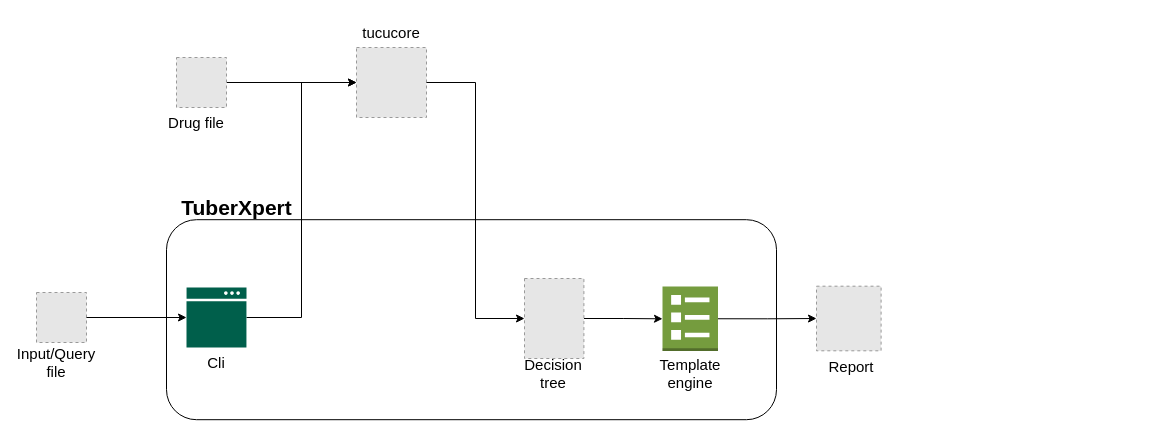
Earlier version of the draw.io diagram publi/conception/Global application flow.drawio (MelvynHerzig/2022-herzig). Source tidied: cells renumbered, new cells numbered last; positions are measured from the earlier drawing's top-left corner, leaving out a move shared by most shapes. Both pictures are drawn from the tidied source at 100%, with x=0, y=0 at pixel (26, 17). Pictures stored in the file or linked from it are replaced by grey dashed boxes.
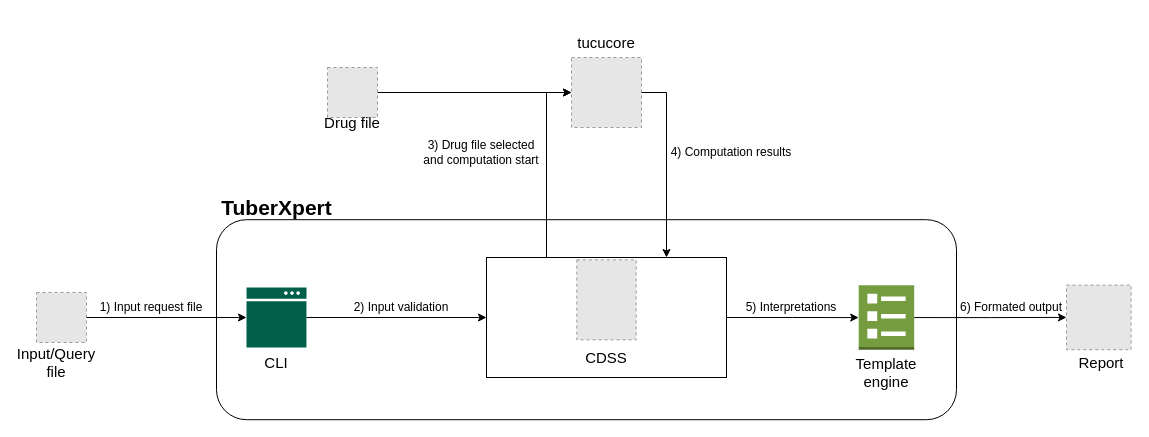
The same page after the edit.

What changed in the source:
```diff
@@
     <mxCell id="3" style="fillColor=#E6E6E6;strokeColor=#999999;dashed=1;html=1;verticalAlign=top;verticalLabelPosition=bottom;labelBackgroundColor=#ffffff;" parent="1" vertex="1">
-      <mxGeometry x="330" y="30" width="70" height="70" as="geometry" />
+      <mxGeometry x="545" y="40" width="70" height="70" as="geometry" />
     </mxCell>
     <mxCell id="4" style="rounded=1;whiteSpace=wrap;html=1;" parent="1" vertex="1">
-      <mxGeometry x="140" y="202.2" width="610" height="200" as="geometry" />
+      <mxGeometry x="190" y="202.2" width="740" height="200" as="geometry" />
     </mxCell>
-    <mxCell id="5" style="edgeStyle=orthogonalEdgeStyle;rounded=0;jettySize=auto;html=1;entryX=0;entryY=0.5;entryDx=0;entryDy=0;fontSize=15;" parent="1" edge="1" source="6" target="3">
-      <mxGeometry relative="1" as="geometry" />
-    </mxCell>
     <mxCell id="6" style="sketch=0;shadow=0;dashed=0;html=1;strokeColor=none;fillColor=#005F4B;labelPosition=center;verticalLabelPosition=bottom;verticalAlign=top;align=center;outlineConnect=0;shape=mxgraph.veeam2.interface_console;" parent="1" vertex="1">
-      <mxGeometry x="160" y="270" width="60" height="60" as="geometry" />
+      <mxGeometry x="220" y="270" width="60" height="60" as="geometry" />
     </mxCell>
-    <mxCell id="7" style="edgeStyle=orthogonalEdgeStyle;rounded=0;jettySize=auto;html=1;exitX=1;exitY=0.5;exitDx=0;exitDy=0;exitPerimeter=0;entryX=0;entryY=0.5;entryDx=0;entryDy=0;fontSize=15;" parent="1" edge="1" source="8" target="22">
+    <mxCell id="7" style="edgeStyle=orthogonalEdgeStyle;rounded=0;jettySize=auto;html=1;exitX=1;exitY=0.5;exitDx=0;exitDy=0;exitPerimeter=0;" parent="1" edge="1" source="8" target="22">
       <mxGeometry relative="1" as="geometry" />
     </mxCell>
     <mxCell id="8" style="outlineConnect=0;dashed=0;verticalLabelPosition=bottom;verticalAlign=top;align=center;html=1;shape=mxgraph.aws3.template;fillColor=#759C3E;gradientColor=none;" parent="1" vertex="1">
-      <mxGeometry x="636" y="269" width="55.5" height="64.5" as="geometry" />
+      <mxGeometry x="832.2" y="267.8" width="55.5" height="64.5" as="geometry" />
     </mxCell>
-    <mxCell id="9" style="edgeStyle=orthogonalEdgeStyle;rounded=0;jettySize=auto;html=1;fontSize=15;" parent="1" edge="1" source="10" target="8">
-      <mxGeometry relative="1" as="geometry" />
-    </mxCell>
-    <mxCell id="10" style="fillColor=#E6E6E6;strokeColor=#999999;dashed=1;verticalLabelPosition=bottom;labelBackgroundColor=default;verticalAlign=top;" parent="1" vertex="1">
-      <mxGeometry x="498" y="261" width="59.4" height="80" as="geometry" />
-    </mxCell>
     <mxCell id="11" value="tucucore" style="text;html=1;strokeColor=none;fillColor=none;align=center;verticalAlign=middle;whiteSpace=wrap;rounded=0;fontSize=15;" parent="1" vertex="1">
-      <mxGeometry x="335" width="60" height="30" as="geometry" />
+      <mxGeometry x="550" y="10" width="60" height="30" as="geometry" />
     </mxCell>
     <mxCell id="12" value="TuberXpert" style="text;strokeColor=none;fillColor=none;html=1;fontSize=21;fontStyle=1;verticalAlign=middle;align=center;" parent="1" vertex="1">
-      <mxGeometry x="160" y="170" width="100" height="40" as="geometry" />
+      <mxGeometry x="200" y="170" width="100" height="40" as="geometry" />
     </mxCell>
-    <mxCell id="13" value="Cli" style="text;html=1;strokeColor=none;fillColor=none;align=center;verticalAlign=middle;whiteSpace=wrap;rounded=0;fontSize=15;" parent="1" vertex="1">
-      <mxGeometry x="160" y="330" width="60" height="30" as="geometry" />
+    <mxCell id="13" value="CLI" style="text;html=1;strokeColor=none;fillColor=none;align=center;verticalAlign=middle;whiteSpace=wrap;rounded=0;fontSize=15;" parent="1" vertex="1">
+      <mxGeometry x="220" y="330" width="60" height="30" as="geometry" />
     </mxCell>
-    <mxCell id="14" value="Decision tree" style="text;html=1;strokeColor=none;fillColor=none;align=center;verticalAlign=middle;whiteSpace=wrap;rounded=0;fontSize=15;" parent="1" vertex="1">
-      <mxGeometry x="497.4" y="341" width="60" height="30" as="geometry" />
-    </mxCell>
     <mxCell id="15" value="Template engine" style="text;html=1;strokeColor=none;fillColor=none;align=center;verticalAlign=middle;whiteSpace=wrap;rounded=0;fontSize=15;" parent="1" vertex="1">
-      <mxGeometry x="633.8" y="341" width="60" height="30" as="geometry" />
+      <mxGeometry x="830" y="339.6" width="60" height="30" as="geometry" />
     </mxCell>
@@
-    <mxCell id="18" style="edgeStyle=orthogonalEdgeStyle;rounded=0;jettySize=auto;html=1;fontSize=15;" parent="1" edge="1" source="19" target="3">
+    <mxCell id="18" style="edgeStyle=orthogonalEdgeStyle;rounded=0;jettySize=auto;html=1;exitX=1;exitY=0.5;exitDx=0;exitDy=0;entryX=0;entryY=0.5;entryDx=0;entryDy=0;" parent="1" edge="1" source="19" target="3">
       <mxGeometry relative="1" as="geometry" />
     </mxCell>
     <mxCell id="19" style="fillColor=#E6E6E6;strokeColor=#999999;dashed=1;html=1;verticalAlign=top;verticalLabelPosition=bottom;labelBackgroundColor=#ffffff;" parent="1" vertex="1">
-      <mxGeometry x="150" y="40" width="50" height="50" as="geometry" />
+      <mxGeometry x="301" y="50" width="50" height="50" as="geometry" />
     </mxCell>
     <mxCell id="20" value="Drug file" style="text;html=1;strokeColor=none;fillColor=none;align=center;verticalAlign=middle;whiteSpace=wrap;rounded=0;fontSize=15;" parent="1" vertex="1">
-      <mxGeometry x="140" y="90" width="60" height="30" as="geometry" />
+      <mxGeometry x="296" y="90" width="60" height="30" as="geometry" />
     </mxCell>
-    <mxCell id="21" style="edgeStyle=orthogonalEdgeStyle;rounded=0;jettySize=auto;html=1;exitX=1;exitY=0.5;exitDx=0;exitDy=0;entryX=0;entryY=0.5;entryDx=0;entryDy=0;fontSize=15;" parent="1" edge="1" source="3" target="10">
-      <mxGeometry relative="1" as="geometry" />
-    </mxCell>
     <mxCell id="22" style="fillColor=#E6E6E6;strokeColor=#999999;dashed=1;html=1;verticalAlign=top;verticalLabelPosition=bottom;labelBackgroundColor=#ffffff;fontSize=15;" parent="1" vertex="1">
-      <mxGeometry x="790" y="268.7" width="64.6" height="64.6" as="geometry" />
+      <mxGeometry x="1040" y="267.6" width="64.6" height="64.6" as="geometry" />
     </mxCell>
     <mxCell id="23" value="Report" style="text;html=1;strokeColor=none;fillColor=none;align=center;verticalAlign=middle;whiteSpace=wrap;rounded=0;fontSize=15;" parent="1" vertex="1">
-      <mxGeometry x="794.6" y="333.5" width="60" height="30" as="geometry" />
+      <mxGeometry x="1044.6" y="330" width="60" height="30" as="geometry" />
     </mxCell>
+    <mxCell id="24" value="1) Input request file" style="text;html=1;strokeColor=none;fillColor=none;align=center;verticalAlign=middle;whiteSpace=wrap;rounded=0;" parent="1" vertex="1">
+      <mxGeometry x="60" y="275" width="130" height="30" as="geometry" />
+    </mxCell>
+    <mxCell id="25" style="edgeStyle=orthogonalEdgeStyle;rounded=0;jettySize=auto;html=1;exitX=0.25;exitY=0;exitDx=0;exitDy=0;entryX=0;entryY=0.5;entryDx=0;entryDy=0;" parent="1" edge="1" source="27" target="3">
+      <mxGeometry relative="1" as="geometry">
+        <Array as="points">
+          <mxPoint x="520" y="75" />
+        </Array>
+      </mxGeometry>
+    </mxCell>
+    <mxCell id="26" style="edgeStyle=orthogonalEdgeStyle;rounded=0;jettySize=auto;html=1;exitX=1;exitY=0.5;exitDx=0;exitDy=0;" parent="1" edge="1" source="27" target="8">
+      <mxGeometry relative="1" as="geometry" />
+    </mxCell>
+    <mxCell id="27" style="rounded=0;whiteSpace=wrap;html=1;" parent="1" vertex="1">
+      <mxGeometry x="460" y="240" width="240" height="120" as="geometry" />
+    </mxCell>
+    <mxCell id="10" style="fillColor=#E6E6E6;strokeColor=#999999;dashed=1;verticalLabelPosition=bottom;labelBackgroundColor=default;verticalAlign=top;" parent="1" vertex="1">
+      <mxGeometry x="550.3" y="242.3" width="59.4" height="80" as="geometry" />
+    </mxCell>
+    <mxCell id="14" value="CDSS" style="text;html=1;strokeColor=none;fillColor=none;align=center;verticalAlign=middle;whiteSpace=wrap;rounded=0;fontSize=15;" parent="1" vertex="1">
+      <mxGeometry x="550.3" y="325" width="60" height="30" as="geometry" />
+    </mxCell>
+    <mxCell id="28" style="endArrow=classic;html=1;rounded=0;entryX=0;entryY=0.5;entryDx=0;entryDy=0;" parent="1" edge="1" source="6" target="27">
+      <mxGeometry relative="1" as="geometry" />
+    </mxCell>
+    <mxCell id="29" value="2) Input validation" style="text;html=1;strokeColor=none;fillColor=none;align=center;verticalAlign=middle;whiteSpace=wrap;rounded=0;" parent="1" vertex="1">
+      <mxGeometry x="310" y="275" width="130" height="30" as="geometry" />
+    </mxCell>
+    <mxCell id="30" style="edgeStyle=orthogonalEdgeStyle;rounded=0;jettySize=auto;html=1;exitX=1;exitY=0.5;exitDx=0;exitDy=0;entryX=0.75;entryY=0;entryDx=0;entryDy=0;" parent="1" edge="1" source="3" target="27">
+      <mxGeometry relative="1" as="geometry" />
+    </mxCell>
+    <mxCell id="31" value="3) Drug file selected and computation start" style="text;html=1;strokeColor=none;fillColor=none;align=center;verticalAlign=middle;whiteSpace=wrap;rounded=0;" parent="1" vertex="1">
+      <mxGeometry x="390" y="120" width="130" height="30" as="geometry" />
+    </mxCell>
+    <mxCell id="32" value="4) Computation results" style="text;html=1;strokeColor=none;fillColor=none;align=center;verticalAlign=middle;whiteSpace=wrap;rounded=0;" parent="1" vertex="1">
+      <mxGeometry x="640" y="120" width="130" height="30" as="geometry" />
+    </mxCell>
+    <mxCell id="33" value="5) Interpretations" style="text;html=1;strokeColor=none;fillColor=none;align=center;verticalAlign=middle;whiteSpace=wrap;rounded=0;" parent="1" vertex="1">
+      <mxGeometry x="700" y="275" width="130" height="30" as="geometry" />
+    </mxCell>
+    <mxCell id="34" value="6) Formated output" style="text;html=1;strokeColor=none;fillColor=none;align=center;verticalAlign=middle;whiteSpace=wrap;rounded=0;" parent="1" vertex="1">
+      <mxGeometry x="920" y="275" width="130" height="30" as="geometry" />
+    </mxCell>
```
